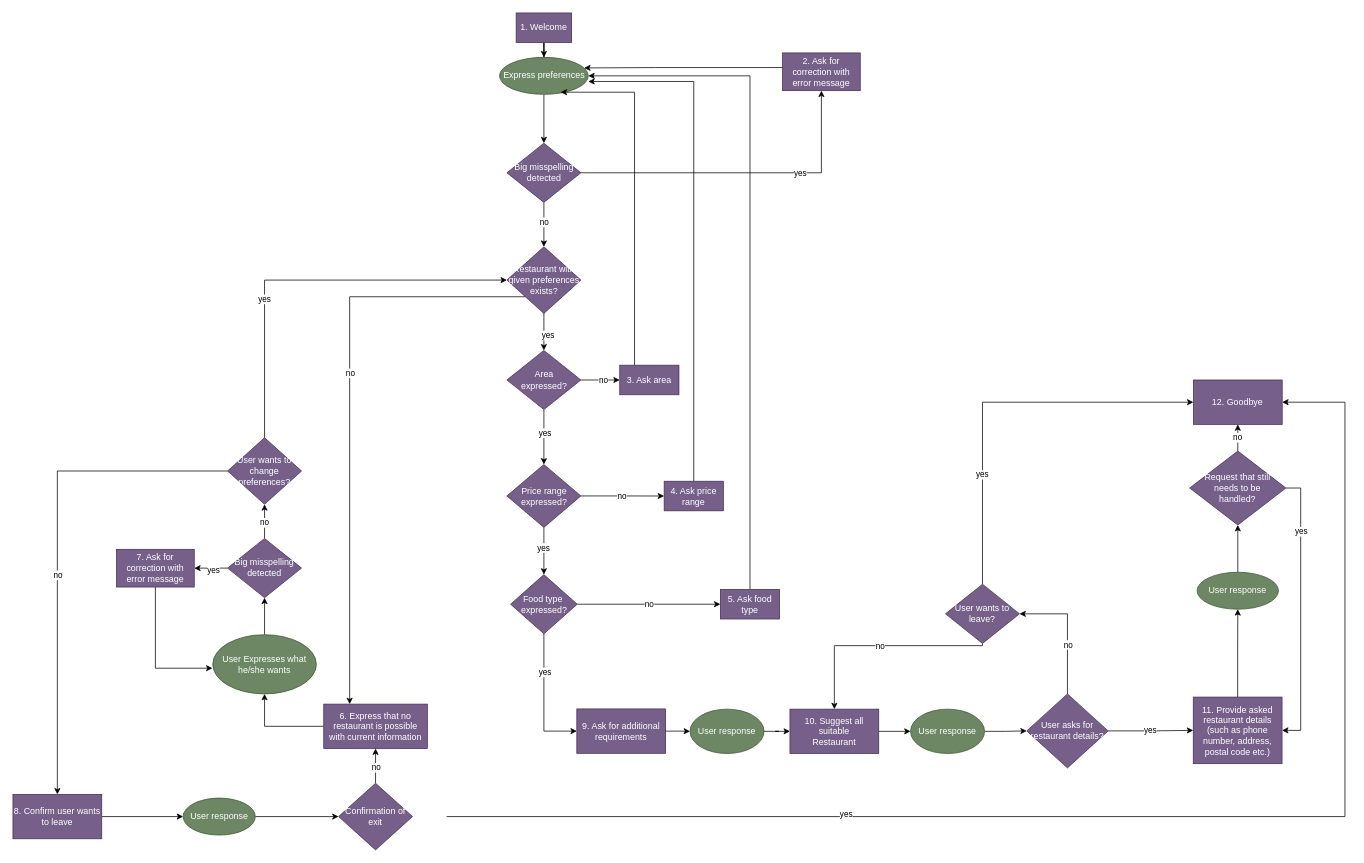
nstavr04/MAIR-30 keeps this draw.io diagram as TeamProject/Part1-SystemImplementation/Part1c-Reasoning&Configurability/Part1c_MAIR_Final.drawio. Above is the earlier version. Source tidied: cells renumbered, new cells numbered last; positions are measured from the earlier drawing's top-left corner, leaving out a move shared by most shapes. Both pictures are drawn from the tidied source at 74%, with x=0, y=0 at pixel (13, 13).
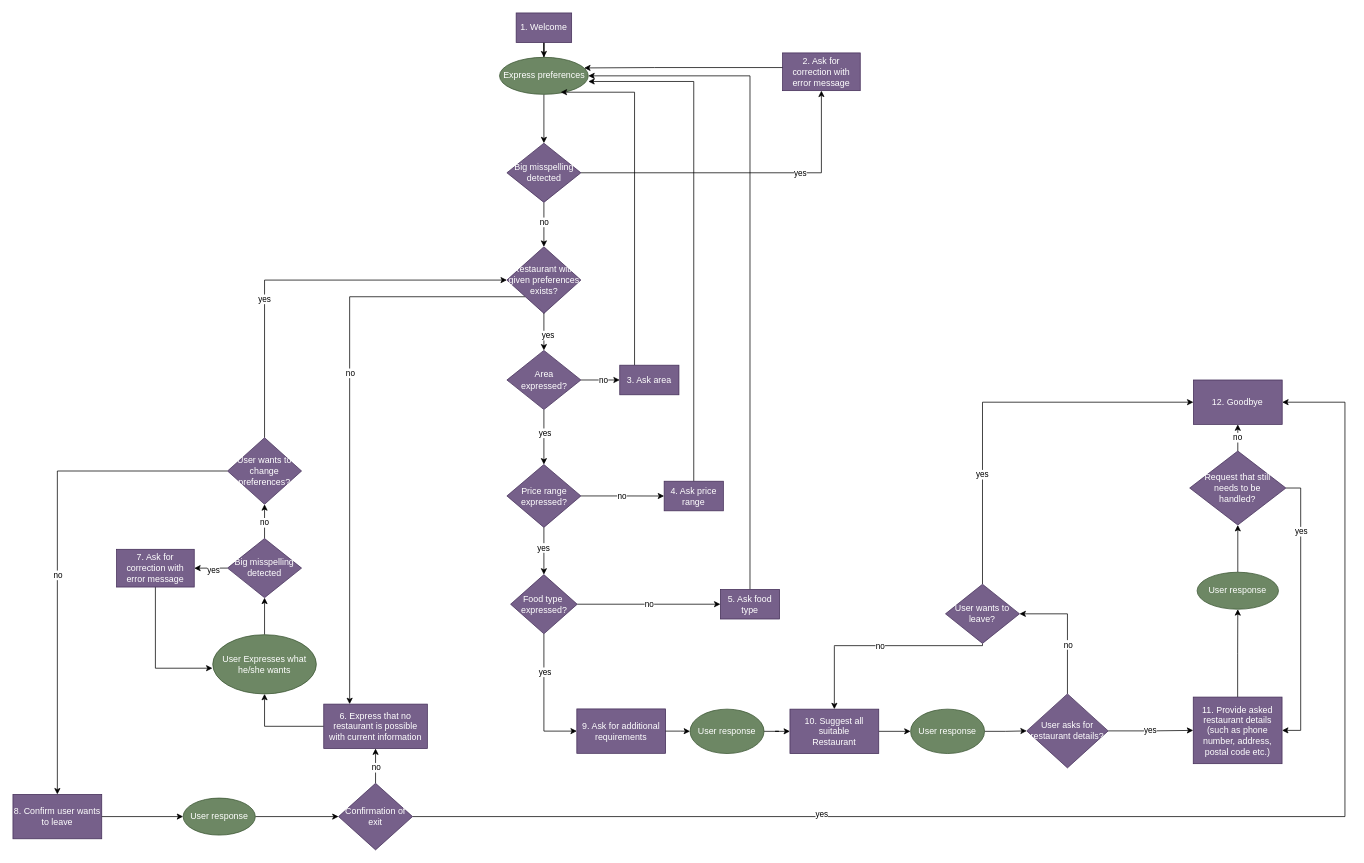
The same page after the edit.

Commit message (it also covers changes not shown here):
added png of state diagram

The change refers to these unchanged cells:
```xml
<mxCell id="35" value="12. Goodbye" style="rounded=0;whiteSpace=wrap;html=1;fillColor=#76608a;fontColor=#ffffff;strokeColor=#432D57;" parent="1" vertex="1">
  <mxGeometry x="1595.2" y="496" width="120" height="60" as="geometry" />
</mxCell>
<mxCell id="61" value="Confirmation of exit" style="rhombus;whiteSpace=wrap;html=1;fillColor=#76608a;fontColor=#ffffff;strokeColor=#432D57;" parent="1" vertex="1">
  <mxGeometry x="440" y="1041" width="100" height="90" as="geometry" />
</mxCell>
```

The edit, as a diff of the source:
```diff
@@
-    <mxCell id="59" style="edgeStyle=orthogonalEdgeStyle;rounded=0;jettySize=auto;html=1;exitX=1;exitY=0.5;exitDx=0;exitDy=0;entryX=1;entryY=0.5;entryDx=0;entryDy=0;" parent="1" edge="1" target="35">
+    <mxCell id="59" style="edgeStyle=orthogonalEdgeStyle;rounded=0;jettySize=auto;html=1;exitX=1;exitY=0.5;exitDx=0;exitDy=0;entryX=1;entryY=0.5;entryDx=0;entryDy=0;" parent="1" edge="1" source="61" target="35">
       <mxGeometry relative="1" as="geometry">
-        <mxPoint x="586" y="1086" as="sourcePoint" />
         <Array as="points">
           <mxPoint x="1800" y="1086" />
           <mxPoint x="1800" y="526" />
         </Array>
       </mxGeometry>
     </mxCell>
```
